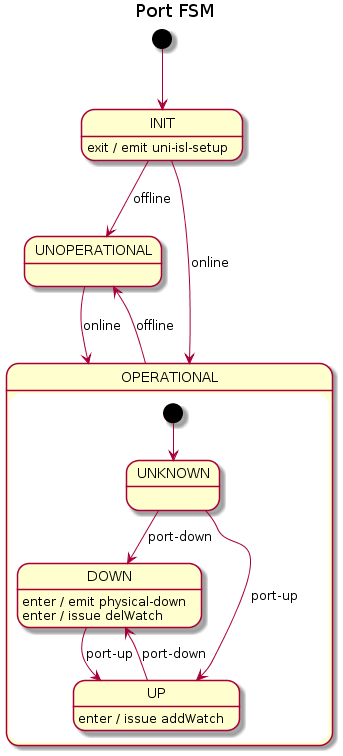
The PlantUML diagram docs/design/network-discovery/port-FSM.png in telstra/open-kilda, before a commit.
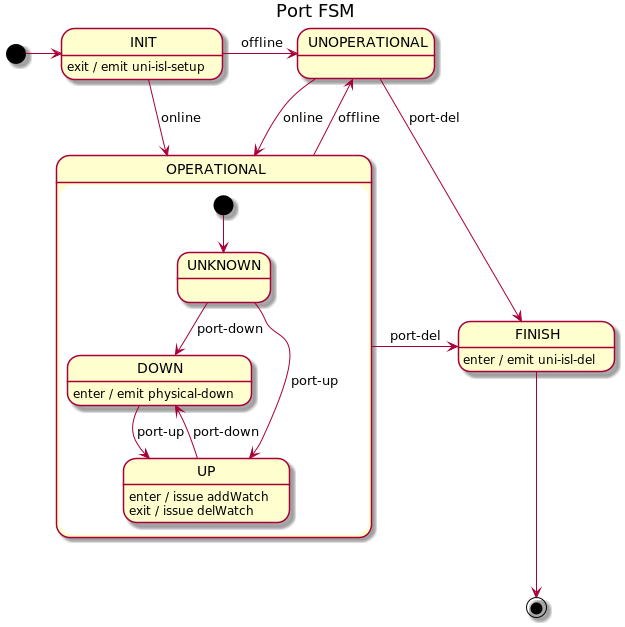
After the commit.

The edit, as a diff of the source:
```diff
@@ -1,10 +1,10 @@
 @startuml
 title Port FSM
 
-[*] --> INIT
+[*] -right-> INIT
 
-INIT --> UNOPERATIONAL : offline
-INIT --> OPERATIONAL : online
+INIT -r-> UNOPERATIONAL : offline
+INIT -r-> OPERATIONAL : online
 INIT : exit / emit uni-isl-setup
 
 state OPERATIONAL {
@@ -15,13 +15,19 @@
 
     DOWN --> UP : port-up
     DOWN : enter / emit physical-down
-    DOWN : enter / issue delWatch
 
     UP --> DOWN : port-down
     UP : enter / issue addWatch
+    UP : exit / issue delWatch
 }
 
 OPERATIONAL --> UNOPERATIONAL : offline
+OPERATIONAL -r-> FINISH : port-del
 
 UNOPERATIONAL --> OPERATIONAL : online
+UNOPERATIONAL --> FINISH : port-del
+
+FINISH: enter / emit uni-isl-del
+FINISH -d-> [*]
+
 @enduml
```
